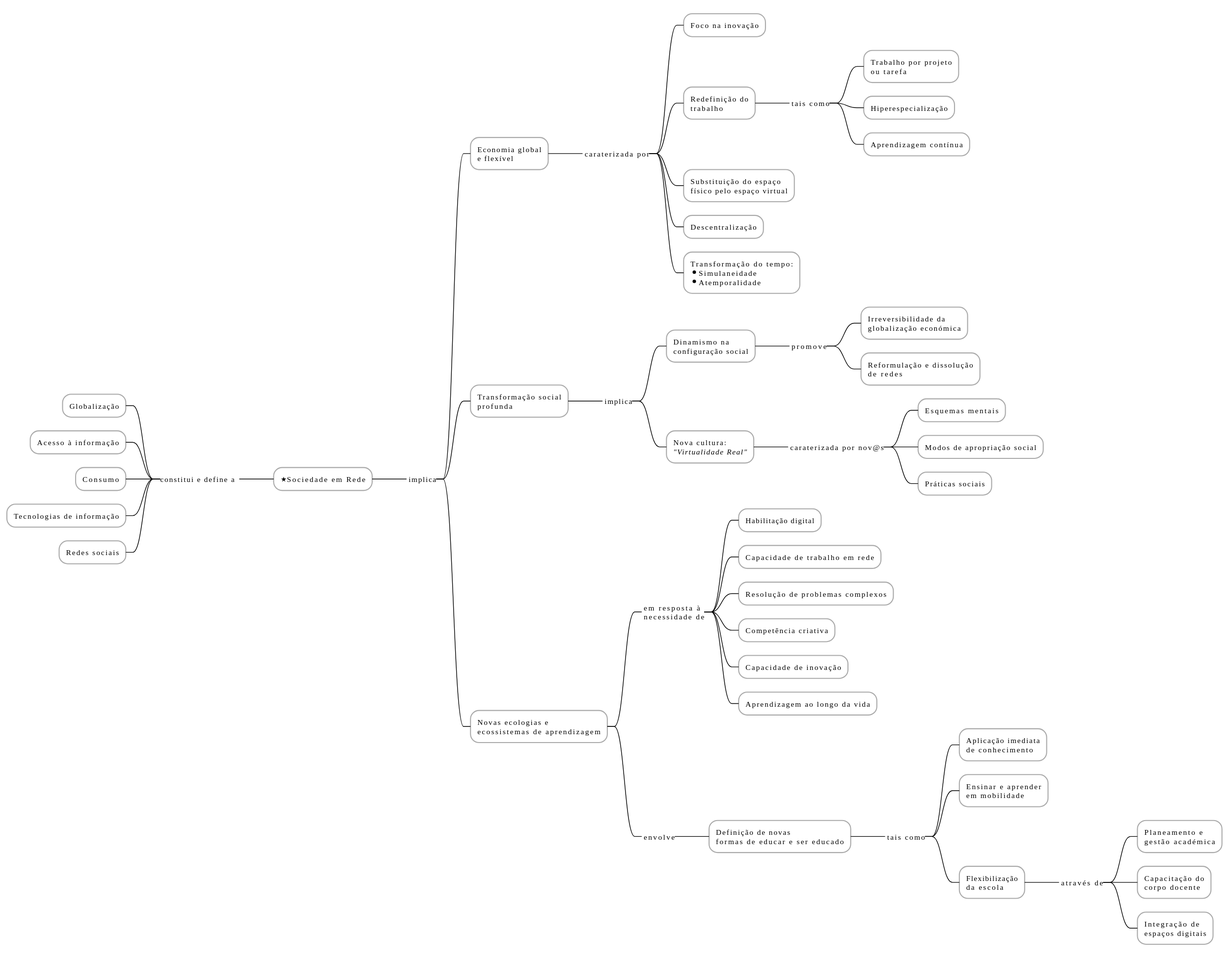
Earlier version of the PlantUML export 01_sociedade_em_rede_e_educacao_digital/figures/01_01_sociedade_em_rede_e_os_novos_desafios_da_educacao.svg (amgs/pged). Its diagram source:
```plantuml
@startmindmap 01_01_sociedade_em_rede_e_os_novos_desafios_da_educacao
!define LIGHTBLUE
!includeurl https://gist.githubusercontent.com/amgs/de57560012a8a5f0e4240f392b678a40/raw/c903c6b4f16b60b5eef3248f093497faae378f51/style.puml
* <&star>Sociedade em Rede

left side

**_ constitui e define a

*** Globalização
*** Acesso à informação
*** Consumo
*** Tecnologias de informação
*** Redes sociais

right side

**_ implica

***:Economia global
e flexível;
****_ caraterizada por
***** Foco na inovação
*****:Redefinição do
trabalho;
******_ tais como
*******:Trabalho por projeto
ou tarefa;
******* Hiperespecialização
******* Aprendizagem contínua
*****:Substituição do espaço
físico pelo espaço virtual;
***** Descentralização
*****:Transformação do tempo:
* Simulaneidade
* Atemporalidade;

***:Transformação social
profunda;
****_ implica
*****:Dinamismo na
configuração social;
******_ promove
*******:Irreversibilidade da
globalização económica;
*******:Reformulação e dissolução
de redes;
*****:Nova cultura:
//"Virtualidade Real"//;
******_ caraterizada por nov@s
******* Esquemas mentais
******* Modos de apropriação social
******* Práticas sociais

***:Novas ecologias e
ecossistemas de aprendizagem;
****_:em resposta à
necessidade de;
***** Habilitação digital
***** Capacidade de trabalho em rede
***** Resolução de problemas complexos
***** Competência criativa
***** Capacidade de inovação
***** Aprendizagem ao longo da vida
****_ envolve
*****:Definição de novas
formas de educar e ser educado;
******_ tais como
*******:Aplicação imediata
de conhecimento;
*******:Ensinar e aprender
em mobilidade;
*******:Flexibilização
da escola;
********_ através de
*********:Planeamento e
gestão académica;
*********:Capacitação do
corpo docente;
*********:Integração de
espaços digitais;

@endmindmap
```
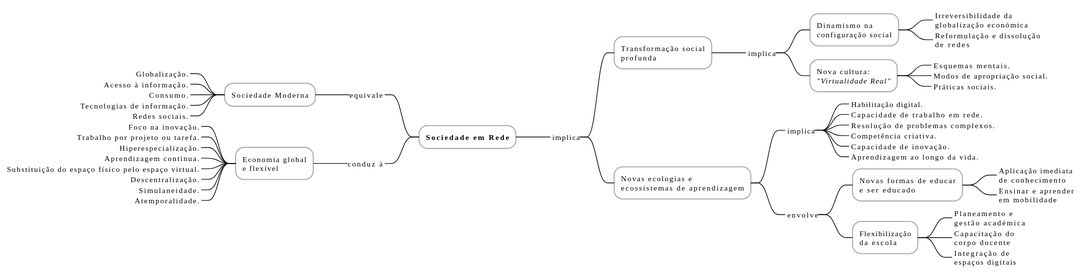
The same diagram one commit later.

What changed in the source:
```diff
@@ -1,83 +1,73 @@
 @startmindmap 01_01_sociedade_em_rede_e_os_novos_desafios_da_educacao
 !define LIGHTBLUE
 !includeurl https://gist.githubusercontent.com/amgs/de57560012a8a5f0e4240f392b678a40/raw/c903c6b4f16b60b5eef3248f093497faae378f51/style.puml
-* <&star>Sociedade em Rede
+* **Sociedade em Rede**
 
 left side
 
-**_ constitui e define a
+**_ equivale
+*** Sociedade Moderna
+****_ Globalização.
+****_ Acesso à informação.
+****_ Consumo.
+****_ Tecnologias de informação.
+****_ Redes sociais.
 
-*** Globalização
-*** Acesso à informação
-*** Consumo
-*** Tecnologias de informação
-*** Redes sociais
+**_ conduz à
+
+***:Economia global
+e flexível;
+****_ Foco na inovação.
+****_ Trabalho por projeto ou tarefa.
+****_ Hiperespecialização.
+****_ Aprendizagem contínua.
+****_ Substituição do espaço físico pelo espaço virtual.
+****_ Descentralização.
+****_ Simulaneidade.
+****_ Atemporalidade.
 
 right side
 
 **_ implica
-
-***:Economia global
-e flexível;
-****_ caraterizada por
-***** Foco na inovação
-*****:Redefinição do
-trabalho;
-******_ tais como
-*******:Trabalho por projeto
-ou tarefa;
-******* Hiperespecialização
-******* Aprendizagem contínua
-*****:Substituição do espaço
-físico pelo espaço virtual;
-***** Descentralização
-*****:Transformação do tempo:
-* Simulaneidade
-* Atemporalidade;
 
 ***:Transformação social
 profunda;
 ****_ implica
 *****:Dinamismo na
 configuração social;
-******_ promove
-*******:Irreversibilidade da
+******_:Irreversibilidade da
 globalização económica;
-*******:Reformulação e dissolução
+******_:Reformulação e dissolução
 de redes;
 *****:Nova cultura:
 //"Virtualidade Real"//;
-******_ caraterizada por nov@s
-******* Esquemas mentais
-******* Modos de apropriação social
-******* Práticas sociais
+******_ Esquemas mentais.
+******_ Modos de apropriação social.
+******_ Práticas sociais.
 
 ***:Novas ecologias e
 ecossistemas de aprendizagem;
-****_:em resposta à
-necessidade de;
-***** Habilitação digital
-***** Capacidade de trabalho em rede
-***** Resolução de problemas complexos
-***** Competência criativa
-***** Capacidade de inovação
-***** Aprendizagem ao longo da vida
+****_ implica
+*****_ Habilitação digital.
+*****_ Capacidade de trabalho em rede.
+*****_ Resolução de problemas complexos.
+*****_ Competência criativa.
+*****_ Capacidade de inovação.
+*****_ Aprendizagem ao longo da vida.
 ****_ envolve
-*****:Definição de novas
-formas de educar e ser educado;
-******_ tais como
-*******:Aplicação imediata
+*****:Novas formas de educar
+e ser educado;
+******_:Aplicação imediata
 de conhecimento;
-*******:Ensinar e aprender
+******_:Ensinar e aprender
 em mobilidade;
-*******:Flexibilização
+*****:Flexibilização
 da escola;
-********_ através de
-*********:Planeamento e
+******_:Planeamento e
 gestão académica;
-*********:Capacitação do
+******_:Capacitação do
 corpo docente;
-*********:Integração de
+******_:Integração de
 espaços digitais;
 
 @endmindmap
```
